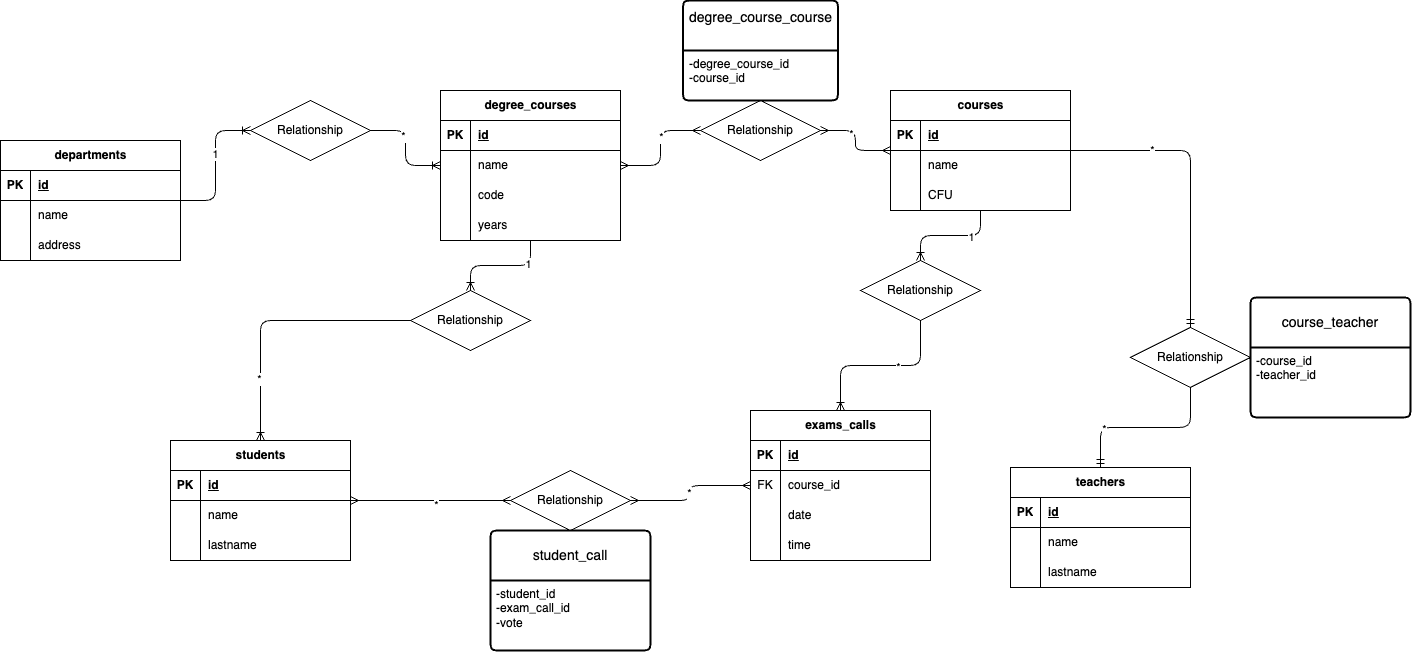
Earlier version of the draw.io export library.png (GiuseppeColucci95/db-university). Source tidied: cells renumbered, new cells last; positions are measured from the earlier drawing's top-left corner, leaving out a move shared by most shapes.
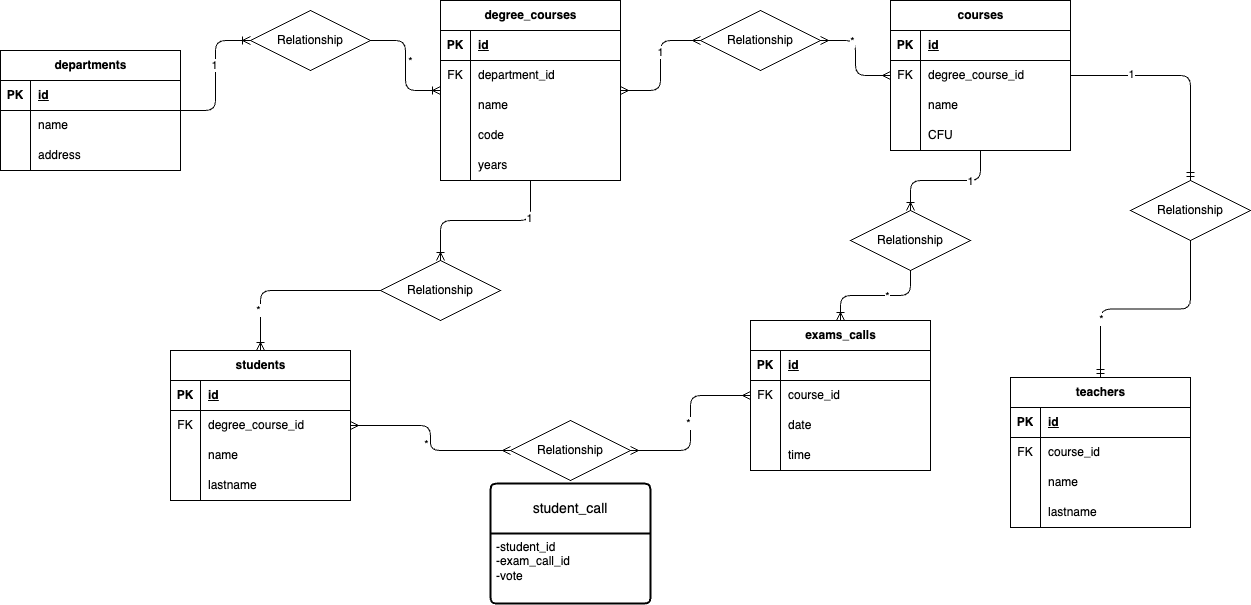
After the commit.

Commit message:
Update README.md to add new columns and remove obsolete tables for database schema

What changed in the source:
```diff
@@ -33,7 +33,7 @@
       <mxGeometry x="30" width="150" height="30" as="geometry" />
     </mxCell>
     <mxCell id="12" value="degree_courses" style="shape=table;startSize=30;rowLines=0;fontStyle=1;align=center;html=1;" parent="1" vertex="1">
-      <mxGeometry x="440" y="90" width="180" height="150" as="geometry" />
+      <mxGeometry x="440" y="90" width="180" height="180" as="geometry" />
     </mxCell>
     <mxCell id="13" style="shape=tableRow;horizontal=0;startSize=0;swimlaneHead=0;swimlaneBody=0;fillColor=none;top=0;left=0;right=0;bottom=1;" parent="12" vertex="1">
       <mxGeometry y="30" width="180" height="30" as="geometry" />
@@ -47,10 +47,10 @@
     <mxCell id="16" style="shape=tableRow;horizontal=0;startSize=0;swimlaneHead=0;swimlaneBody=0;fillColor=none;top=0;left=0;right=0;bottom=0;" parent="12" vertex="1">
       <mxGeometry y="60" width="180" height="30" as="geometry" />
     </mxCell>
-    <mxCell id="17" style="shape=partialRectangle;fillColor=none;top=0;left=0;bottom=0;right=0;overflow=hidden;whiteSpace=wrap;html=1;" parent="16" vertex="1">
+    <mxCell id="17" value="FK" style="shape=partialRectangle;fillColor=none;top=0;left=0;bottom=0;right=0;overflow=hidden;whiteSpace=wrap;html=1;" parent="16" vertex="1">
       <mxGeometry width="30" height="30" as="geometry" />
     </mxCell>
-    <mxCell id="18" value="name" style="shape=partialRectangle;fillColor=none;top=0;left=0;bottom=0;right=0;align=left;spacingLeft=6;overflow=hidden;whiteSpace=wrap;html=1;" parent="16" vertex="1">
+    <mxCell id="18" value="department_id" style="shape=partialRectangle;fillColor=none;top=0;left=0;bottom=0;right=0;align=left;spacingLeft=6;overflow=hidden;whiteSpace=wrap;html=1;" parent="16" vertex="1">
       <mxGeometry x="30" width="150" height="30" as="geometry" />
     </mxCell>
     <mxCell id="19" style="shape=tableRow;horizontal=0;startSize=0;swimlaneHead=0;swimlaneBody=0;fillColor=none;top=0;left=0;right=0;bottom=0;" parent="12" vertex="1">
@@ -59,7 +59,7 @@
     <mxCell id="20" style="shape=partialRectangle;fillColor=none;top=0;left=0;bottom=0;right=0;overflow=hidden;whiteSpace=wrap;html=1;" parent="19" vertex="1">
       <mxGeometry width="30" height="30" as="geometry" />
     </mxCell>
-    <mxCell id="21" value="code" style="shape=partialRectangle;fillColor=none;top=0;left=0;bottom=0;right=0;align=left;spacingLeft=6;overflow=hidden;whiteSpace=wrap;html=1;" parent="19" vertex="1">
+    <mxCell id="21" value="name" style="shape=partialRectangle;fillColor=none;top=0;left=0;bottom=0;right=0;align=left;spacingLeft=6;overflow=hidden;whiteSpace=wrap;html=1;" parent="19" vertex="1">
       <mxGeometry x="30" width="150" height="30" as="geometry" />
     </mxCell>
     <mxCell id="22" style="shape=tableRow;horizontal=0;startSize=0;swimlaneHead=0;swimlaneBody=0;fillColor=none;top=0;left=0;right=0;bottom=0;" parent="12" vertex="1">
@@ -68,15 +68,24 @@
     <mxCell id="23" style="shape=partialRectangle;fillColor=none;top=0;left=0;bottom=0;right=0;overflow=hidden;whiteSpace=wrap;html=1;" parent="22" vertex="1">
       <mxGeometry width="30" height="30" as="geometry" />
     </mxCell>
-    <mxCell id="24" value="years" style="shape=partialRectangle;fillColor=none;top=0;left=0;bottom=0;right=0;align=left;spacingLeft=6;overflow=hidden;whiteSpace=wrap;html=1;" parent="22" vertex="1">
+    <mxCell id="24" value="code" style="shape=partialRectangle;fillColor=none;top=0;left=0;bottom=0;right=0;align=left;spacingLeft=6;overflow=hidden;whiteSpace=wrap;html=1;" parent="22" vertex="1">
       <mxGeometry x="30" width="150" height="30" as="geometry" />
     </mxCell>
+    <mxCell id="104" style="shape=tableRow;horizontal=0;startSize=0;swimlaneHead=0;swimlaneBody=0;fillColor=none;top=0;left=0;right=0;bottom=0;" parent="12" vertex="1">
+      <mxGeometry y="150" width="180" height="30" as="geometry" />
+    </mxCell>
+    <mxCell id="105" style="shape=partialRectangle;fillColor=none;top=0;left=0;bottom=0;right=0;overflow=hidden;whiteSpace=wrap;html=1;" parent="104" vertex="1">
+      <mxGeometry width="30" height="30" as="geometry" />
+    </mxCell>
+    <mxCell id="106" value="years" style="shape=partialRectangle;fillColor=none;top=0;left=0;bottom=0;right=0;align=left;spacingLeft=6;overflow=hidden;whiteSpace=wrap;html=1;" parent="104" vertex="1">
+      <mxGeometry x="30" width="150" height="30" as="geometry" />
+    </mxCell>
     <mxCell id="25" style="edgeStyle=orthogonalEdgeStyle;fontSize=12;html=1;endArrow=ERoneToMany;" parent="1" edge="1" source="29" target="12">
       <mxGeometry relative="1" as="geometry" />
     </mxCell>
     <mxCell id="26" value="*" style="edgeLabel;html=1;align=center;verticalAlign=middle;" parent="25" vertex="1">
       <mxGeometry x="-0.39" relative="1" as="geometry">
-        <mxPoint y="5" as="offset" />
+        <mxPoint x="5" y="19" as="offset" />
       </mxGeometry>
     </mxCell>
     <mxCell id="27" style="edgeStyle=orthogonalEdgeStyle;fontSize=12;html=1;endArrow=ERoneToMany;" parent="1" edge="1" source="2" target="29">
@@ -89,7 +98,7 @@
       <mxGeometry x="250" y="100" width="120" height="60" as="geometry" />
     </mxCell>
     <mxCell id="30" value="courses" style="shape=table;startSize=30;rowLines=0;fontStyle=1;align=center;html=1;" parent="1" vertex="1">
-      <mxGeometry x="890" y="90" width="180" height="120" as="geometry" />
+      <mxGeometry x="890" y="90" width="180" height="150" as="geometry" />
     </mxCell>
     <mxCell id="31" style="shape=tableRow;horizontal=0;startSize=0;swimlaneHead=0;swimlaneBody=0;fillColor=none;top=0;left=0;right=0;bottom=1;" parent="30" vertex="1">
       <mxGeometry y="30" width="180" height="30" as="geometry" />
@@ -103,14 +112,23 @@
     <mxCell id="34" style="shape=tableRow;horizontal=0;startSize=0;swimlaneHead=0;swimlaneBody=0;fillColor=none;top=0;left=0;right=0;bottom=0;" parent="30" vertex="1">
       <mxGeometry y="60" width="180" height="30" as="geometry" />
     </mxCell>
-    <mxCell id="35" style="shape=partialRectangle;fillColor=none;top=0;left=0;bottom=0;right=0;overflow=hidden;whiteSpace=wrap;html=1;" parent="34" vertex="1">
+    <mxCell id="35" value="FK" style="shape=partialRectangle;fillColor=none;top=0;left=0;bottom=0;right=0;overflow=hidden;whiteSpace=wrap;html=1;" parent="34" vertex="1">
       <mxGeometry width="30" height="30" as="geometry" />
     </mxCell>
-    <mxCell id="36" value="name" style="shape=partialRectangle;fillColor=none;top=0;left=0;bottom=0;right=0;align=left;spacingLeft=6;overflow=hidden;whiteSpace=wrap;html=1;" parent="34" vertex="1">
+    <mxCell id="36" value="degree_course_id" style="shape=partialRectangle;fillColor=none;top=0;left=0;bottom=0;right=0;align=left;spacingLeft=6;overflow=hidden;whiteSpace=wrap;html=1;" parent="34" vertex="1">
       <mxGeometry x="30" width="150" height="30" as="geometry" />
     </mxCell>
+    <mxCell id="107" style="shape=tableRow;horizontal=0;startSize=0;swimlaneHead=0;swimlaneBody=0;fillColor=none;top=0;left=0;right=0;bottom=0;" parent="30" vertex="1">
+      <mxGeometry y="90" width="180" height="30" as="geometry" />
+    </mxCell>
+    <mxCell id="108" style="shape=partialRectangle;fillColor=none;top=0;left=0;bottom=0;right=0;overflow=hidden;whiteSpace=wrap;html=1;" parent="107" vertex="1">
+      <mxGeometry width="30" height="30" as="geometry" />
+    </mxCell>
+    <mxCell id="109" value="name" style="shape=partialRectangle;fillColor=none;top=0;left=0;bottom=0;right=0;align=left;spacingLeft=6;overflow=hidden;whiteSpace=wrap;html=1;" parent="107" vertex="1">
+      <mxGeometry x="30" width="150" height="30" as="geometry" />
+    </mxCell>
     <mxCell id="37" style="shape=tableRow;horizontal=0;startSize=0;swimlaneHead=0;swimlaneBody=0;fillColor=none;top=0;left=0;right=0;bottom=0;" parent="30" vertex="1">
-      <mxGeometry y="90" width="180" height="30" as="geometry" />
+      <mxGeometry y="120" width="180" height="30" as="geometry" />
     </mxCell>
     <mxCell id="38" style="shape=partialRectangle;fillColor=none;top=0;left=0;bottom=0;right=0;overflow=hidden;whiteSpace=wrap;html=1;" parent="37" vertex="1">
       <mxGeometry width="30" height="30" as="geometry" />
@@ -127,20 +145,14 @@
     <mxCell id="42" style="edgeStyle=orthogonalEdgeStyle;fontSize=12;html=1;endArrow=ERmany;startArrow=ERmany;" parent="1" edge="1" source="12" target="44">
       <mxGeometry relative="1" as="geometry" />
     </mxCell>
-    <mxCell id="43" value="*" style="edgeLabel;html=1;align=center;verticalAlign=middle;" parent="42" vertex="1">
+    <mxCell id="43" value="1" style="edgeLabel;html=1;align=center;verticalAlign=middle;" parent="42" vertex="1">
       <mxGeometry x="0.2" relative="1" as="geometry" />
     </mxCell>
     <mxCell id="44" value="Relationship" style="shape=rhombus;perimeter=rhombusPerimeter;whiteSpace=wrap;html=1;align=center;" parent="1" vertex="1">
       <mxGeometry x="700" y="100" width="120" height="60" as="geometry" />
     </mxCell>
-    <mxCell id="45" value="degree_course_course&lt;div&gt;&lt;br&gt;&lt;/div&gt;" style="swimlane;horizontal=1;startSize=50;rounded=1;fontSize=14;fontStyle=0;strokeWidth=2;shadow=0;dashed=0;align=center;arcSize=4;whiteSpace=wrap;html=1;" parent="1" vertex="1">
-      <mxGeometry x="682.5" width="155" height="100" as="geometry" />
-    </mxCell>
-    <mxCell id="46" value="-degree_course_id&lt;div&gt;-course_id&lt;/div&gt;" style="align=left;strokeColor=none;fillColor=none;spacingLeft=4;fontSize=12;verticalAlign=top;html=1;" parent="45" vertex="1">
-      <mxGeometry y="50" width="155" height="50" as="geometry" />
-    </mxCell>
     <mxCell id="47" value="teachers" style="shape=table;startSize=30;rowLines=0;fontStyle=1;align=center;html=1;" parent="1" vertex="1">
-      <mxGeometry x="1010" y="467" width="180" height="120" as="geometry" />
+      <mxGeometry x="1010" y="467" width="180" height="150" as="geometry" />
     </mxCell>
     <mxCell id="48" style="shape=tableRow;horizontal=0;startSize=0;swimlaneHead=0;swimlaneBody=0;fillColor=none;top=0;left=0;right=0;bottom=1;" parent="47" vertex="1">
       <mxGeometry y="30" width="180" height="30" as="geometry" />
@@ -154,14 +166,23 @@
     <mxCell id="51" style="shape=tableRow;horizontal=0;startSize=0;swimlaneHead=0;swimlaneBody=0;fillColor=none;top=0;left=0;right=0;bottom=0;" parent="47" vertex="1">
       <mxGeometry y="60" width="180" height="30" as="geometry" />
     </mxCell>
-    <mxCell id="52" style="shape=partialRectangle;fillColor=none;top=0;left=0;bottom=0;right=0;overflow=hidden;whiteSpace=wrap;html=1;" parent="51" vertex="1">
+    <mxCell id="52" value="FK" style="shape=partialRectangle;fillColor=none;top=0;left=0;bottom=0;right=0;overflow=hidden;whiteSpace=wrap;html=1;" parent="51" vertex="1">
       <mxGeometry width="30" height="30" as="geometry" />
     </mxCell>
-    <mxCell id="53" value="name" style="shape=partialRectangle;fillColor=none;top=0;left=0;bottom=0;right=0;align=left;spacingLeft=6;overflow=hidden;whiteSpace=wrap;html=1;" parent="51" vertex="1">
+    <mxCell id="53" value="course_id" style="shape=partialRectangle;fillColor=none;top=0;left=0;bottom=0;right=0;align=left;spacingLeft=6;overflow=hidden;whiteSpace=wrap;html=1;" parent="51" vertex="1">
       <mxGeometry x="30" width="150" height="30" as="geometry" />
     </mxCell>
+    <mxCell id="110" style="shape=tableRow;horizontal=0;startSize=0;swimlaneHead=0;swimlaneBody=0;fillColor=none;top=0;left=0;right=0;bottom=0;" parent="47" vertex="1">
+      <mxGeometry y="90" width="180" height="30" as="geometry" />
+    </mxCell>
+    <mxCell id="111" style="shape=partialRectangle;fillColor=none;top=0;left=0;bottom=0;right=0;overflow=hidden;whiteSpace=wrap;html=1;" parent="110" vertex="1">
+      <mxGeometry width="30" height="30" as="geometry" />
+    </mxCell>
+    <mxCell id="112" value="name" style="shape=partialRectangle;fillColor=none;top=0;left=0;bottom=0;right=0;align=left;spacingLeft=6;overflow=hidden;whiteSpace=wrap;html=1;" parent="110" vertex="1">
+      <mxGeometry x="30" width="150" height="30" as="geometry" />
+    </mxCell>
     <mxCell id="54" style="shape=tableRow;horizontal=0;startSize=0;swimlaneHead=0;swimlaneBody=0;fillColor=none;top=0;left=0;right=0;bottom=0;" parent="47" vertex="1">
-      <mxGeometry y="90" width="180" height="30" as="geometry" />
+      <mxGeometry y="120" width="180" height="30" as="geometry" />
     </mxCell>
     <mxCell id="55" style="shape=partialRectangle;fillColor=none;top=0;left=0;bottom=0;right=0;overflow=hidden;whiteSpace=wrap;html=1;" parent="54" vertex="1">
       <mxGeometry width="30" height="30" as="geometry" />
@@ -178,20 +199,14 @@
     <mxCell id="59" style="edgeStyle=orthogonalEdgeStyle;fontSize=12;html=1;endArrow=ERmandOne;entryX=0.5;entryY=0;entryDx=0;entryDy=0;" parent="1" edge="1" source="30" target="61">
       <mxGeometry relative="1" as="geometry" />
     </mxCell>
-    <mxCell id="60" value="*" style="edgeLabel;html=1;align=center;verticalAlign=middle;" parent="59" vertex="1">
+    <mxCell id="60" value="1" style="edgeLabel;html=1;align=center;verticalAlign=middle;" parent="59" vertex="1">
       <mxGeometry x="-0.46" y="2" relative="1" as="geometry">
         <mxPoint y="1" as="offset" />
       </mxGeometry>
     </mxCell>
     <mxCell id="61" value="Relationship" style="shape=rhombus;perimeter=rhombusPerimeter;whiteSpace=wrap;html=1;align=center;" parent="1" vertex="1">
-      <mxGeometry x="1130" y="327" width="120" height="60" as="geometry" />
+      <mxGeometry x="1130" y="270" width="120" height="60" as="geometry" />
     </mxCell>
-    <mxCell id="62" value="course_teacher" style="swimlane;horizontal=1;startSize=50;rounded=1;fontSize=14;fontStyle=0;strokeWidth=2;shadow=0;dashed=0;align=center;arcSize=4;whiteSpace=wrap;html=1;" parent="1" vertex="1">
-      <mxGeometry x="1250" y="297" width="160" height="120" as="geometry" />
-    </mxCell>
-    <mxCell id="63" value="-course_id&lt;div&gt;-teacher_id&lt;/div&gt;" style="align=left;strokeColor=none;fillColor=none;spacingLeft=4;fontSize=12;verticalAlign=top;html=1;" parent="62" vertex="1">
-      <mxGeometry y="50" width="160" height="70" as="geometry" />
-    </mxCell>
     <mxCell id="64" value="exams_calls" style="shape=table;startSize=30;rowLines=0;fontStyle=1;align=center;html=1;" parent="1" vertex="1">
       <mxGeometry x="750" y="410" width="180" height="150" as="geometry" />
     </mxCell>
@@ -244,10 +259,10 @@
       <mxGeometry x="-0.37" y="1" relative="1" as="geometry" />
     </mxCell>
     <mxCell id="81" value="Relationship" style="shape=rhombus;perimeter=rhombusPerimeter;whiteSpace=wrap;html=1;align=center;" parent="1" vertex="1">
-      <mxGeometry x="860" y="260" width="120" height="60" as="geometry" />
+      <mxGeometry x="850" y="300" width="120" height="60" as="geometry" />
     </mxCell>
     <mxCell id="82" value="students" style="shape=table;startSize=30;rowLines=0;fontStyle=1;align=center;html=1;" parent="1" vertex="1">
-      <mxGeometry x="170" y="440" width="180" height="120" as="geometry" />
+      <mxGeometry x="170" y="440" width="180" height="150" as="geometry" />
     </mxCell>
     <mxCell id="83" style="shape=tableRow;horizontal=0;startSize=0;swimlaneHead=0;swimlaneBody=0;fillColor=none;top=0;left=0;right=0;bottom=1;" parent="82" vertex="1">
       <mxGeometry y="30" width="180" height="30" as="geometry" />
@@ -261,14 +276,23 @@
     <mxCell id="86" style="shape=tableRow;horizontal=0;startSize=0;swimlaneHead=0;swimlaneBody=0;fillColor=none;top=0;left=0;right=0;bottom=0;" parent="82" vertex="1">
       <mxGeometry y="60" width="180" height="30" as="geometry" />
     </mxCell>
-    <mxCell id="87" style="shape=partialRectangle;fillColor=none;top=0;left=0;bottom=0;right=0;overflow=hidden;whiteSpace=wrap;html=1;" parent="86" vertex="1">
+    <mxCell id="87" value="FK" style="shape=partialRectangle;fillColor=none;top=0;left=0;bottom=0;right=0;overflow=hidden;whiteSpace=wrap;html=1;" parent="86" vertex="1">
       <mxGeometry width="30" height="30" as="geometry" />
     </mxCell>
-    <mxCell id="88" value="name" style="shape=partialRectangle;fillColor=none;top=0;left=0;bottom=0;right=0;align=left;spacingLeft=6;overflow=hidden;whiteSpace=wrap;html=1;" parent="86" vertex="1">
+    <mxCell id="88" value="degree_course_id" style="shape=partialRectangle;fillColor=none;top=0;left=0;bottom=0;right=0;align=left;spacingLeft=6;overflow=hidden;whiteSpace=wrap;html=1;" parent="86" vertex="1">
       <mxGeometry x="30" width="150" height="30" as="geometry" />
     </mxCell>
+    <mxCell id="113" style="shape=tableRow;horizontal=0;startSize=0;swimlaneHead=0;swimlaneBody=0;fillColor=none;top=0;left=0;right=0;bottom=0;" parent="82" vertex="1">
+      <mxGeometry y="90" width="180" height="30" as="geometry" />
+    </mxCell>
+    <mxCell id="114" style="shape=partialRectangle;fillColor=none;top=0;left=0;bottom=0;right=0;overflow=hidden;whiteSpace=wrap;html=1;" parent="113" vertex="1">
+      <mxGeometry width="30" height="30" as="geometry" />
+    </mxCell>
+    <mxCell id="115" value="name" style="shape=partialRectangle;fillColor=none;top=0;left=0;bottom=0;right=0;align=left;spacingLeft=6;overflow=hidden;whiteSpace=wrap;html=1;" parent="113" vertex="1">
+      <mxGeometry x="30" width="150" height="30" as="geometry" />
+    </mxCell>
     <mxCell id="89" style="shape=tableRow;horizontal=0;startSize=0;swimlaneHead=0;swimlaneBody=0;fillColor=none;top=0;left=0;right=0;bottom=0;" parent="82" vertex="1">
-      <mxGeometry y="90" width="180" height="30" as="geometry" />
+      <mxGeometry y="120" width="180" height="30" as="geometry" />
     </mxCell>
     <mxCell id="90" style="shape=partialRectangle;fillColor=none;top=0;left=0;bottom=0;right=0;overflow=hidden;whiteSpace=wrap;html=1;" parent="89" vertex="1">
       <mxGeometry width="30" height="30" as="geometry" />
@@ -289,7 +313,7 @@
       <mxGeometry x="-0.51" y="-2" relative="1" as="geometry" />
     </mxCell>
     <mxCell id="96" value="Relationship" style="shape=rhombus;perimeter=rhombusPerimeter;whiteSpace=wrap;html=1;align=center;" parent="1" vertex="1">
-      <mxGeometry x="410" y="290" width="120" height="60" as="geometry" />
+      <mxGeometry x="380" y="350" width="120" height="60" as="geometry" />
     </mxCell>
     <mxCell id="97" style="edgeStyle=orthogonalEdgeStyle;fontSize=12;html=1;endArrow=ERmany;startArrow=ERmany;" parent="1" edge="1" source="101" target="64">
       <mxGeometry relative="1" as="geometry" />
@@ -304,10 +328,10 @@
       <mxGeometry x="0.06" y="-4" relative="1" as="geometry" />
     </mxCell>
     <mxCell id="101" value="Relationship" style="shape=rhombus;perimeter=rhombusPerimeter;whiteSpace=wrap;html=1;align=center;" parent="1" vertex="1">
-      <mxGeometry x="510" y="470" width="120" height="60" as="geometry" />
+      <mxGeometry x="510" y="510" width="120" height="60" as="geometry" />
     </mxCell>
     <mxCell id="102" value="student_call" style="swimlane;horizontal=1;startSize=50;rounded=1;fontSize=14;fontStyle=0;strokeWidth=2;shadow=0;dashed=0;align=center;arcSize=4;whiteSpace=wrap;html=1;" parent="1" vertex="1">
-      <mxGeometry x="490" y="530" width="160" height="120" as="geometry" />
+      <mxGeometry x="490" y="573" width="160" height="120" as="geometry" />
     </mxCell>
     <mxCell id="103" value="-student_id&lt;div&gt;-exam_call_id&lt;/div&gt;&lt;div&gt;-vote&lt;/div&gt;" style="align=left;strokeColor=none;fillColor=none;spacingLeft=4;fontSize=12;verticalAlign=top;html=1;" parent="102" vertex="1">
       <mxGeometry y="50" width="160" height="70" as="geometry" />
```
